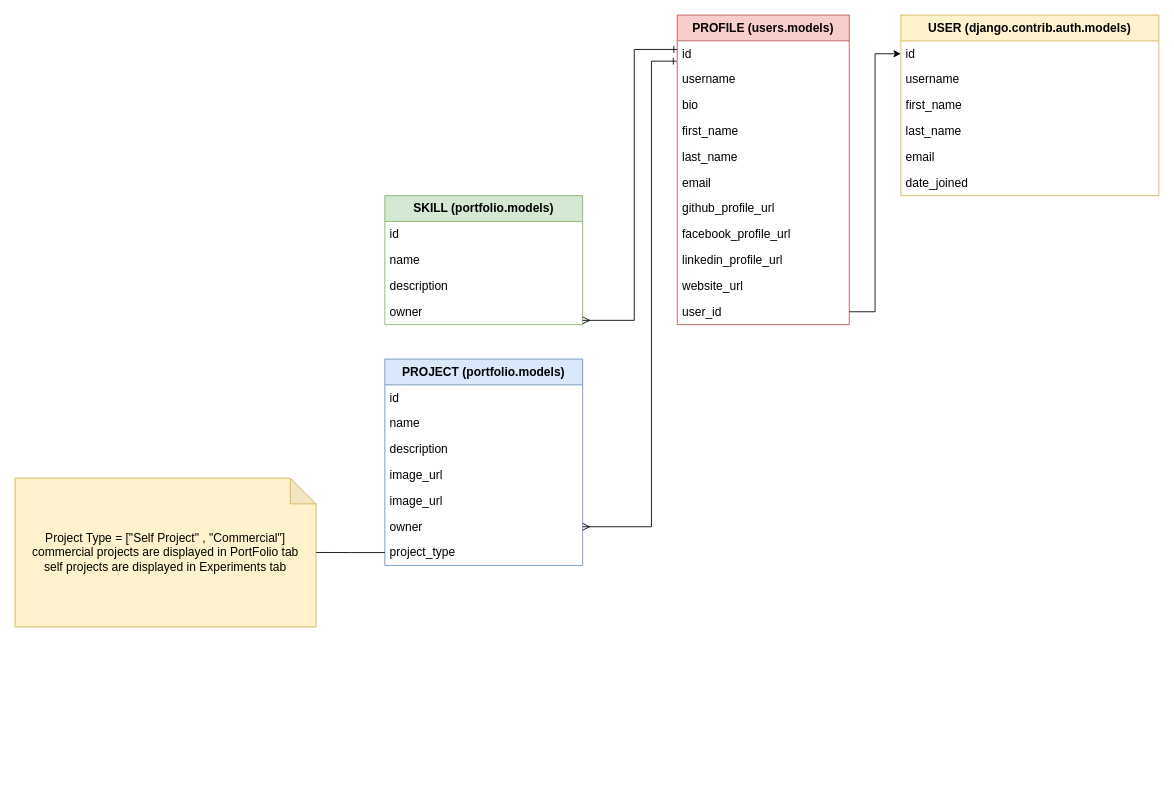
This is erd.drawio from leanhduy/personal-website, a draw.io file, before an edit. Source tidied: cells renumbered, new cells numbered last; positions are measured from the earlier drawing's top-left corner, leaving out a move shared by most shapes. Both pictures are drawn from the tidied source at 86%, with x=0, y=0 at pixel (15, 15).
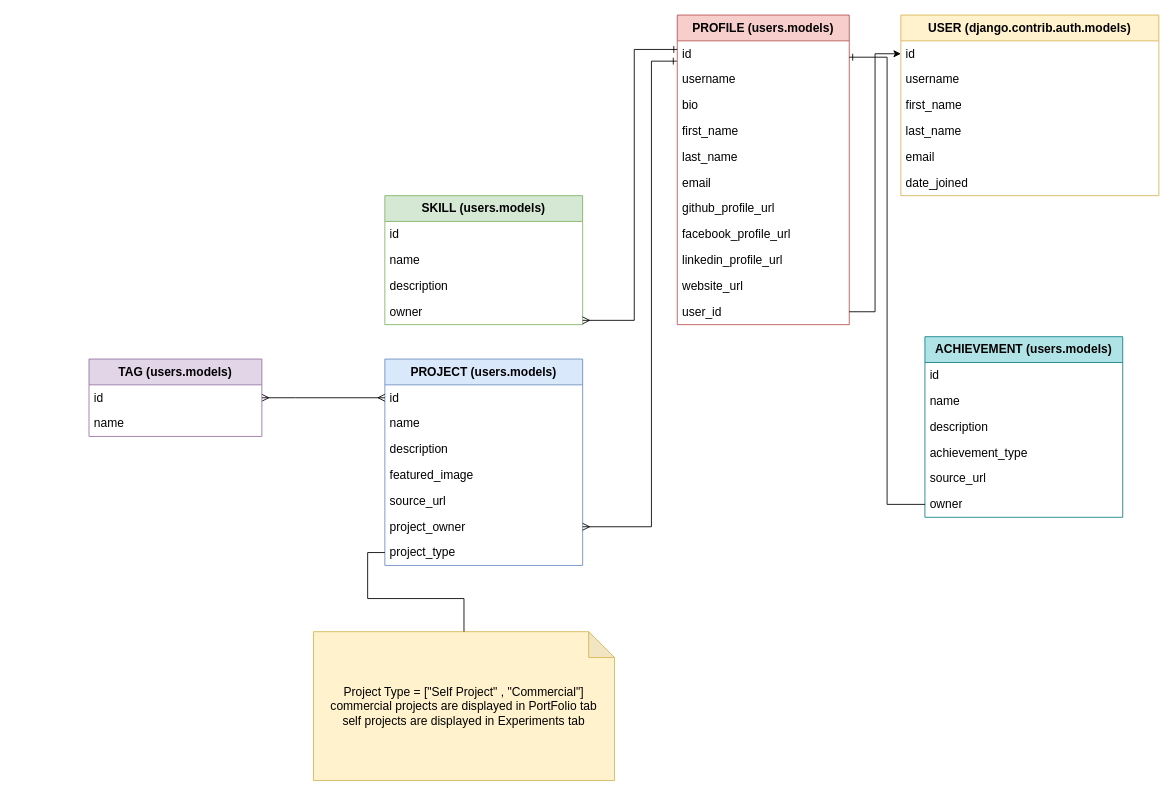
Above is the later version.

The change refers to these unchanged cells:
```xml
<mxCell id="23" value="id" style="text;strokeColor=none;fillColor=none;align=left;verticalAlign=middle;spacingLeft=4;spacingRight=4;overflow=hidden;points=[[0,0.5],[1,0.5]];portConstraint=eastwest;whiteSpace=wrap;html=1;fontSize=14;" parent="22" vertex="1">
  <mxGeometry y="30" width="230" height="30" as="geometry" />
</mxCell>
```

The edit, as a diff of the source:
```diff
@@
-    <mxCell id="22" value="PROJECT (portfolio.models)" style="swimlane;fontStyle=1;horizontal=1;startSize=30;whiteSpace=wrap;html=1;fillColor=#dae8fc;strokeColor=#6c8ebf;fontSize=14;" parent="1" vertex="1">
+    <mxCell id="22" value="PROJECT (users.models)" style="swimlane;fontStyle=1;horizontal=1;startSize=30;whiteSpace=wrap;html=1;fillColor=#dae8fc;strokeColor=#6c8ebf;fontSize=14;" parent="1" vertex="1">
       <mxGeometry x="430" y="400" width="230" height="240" as="geometry" />
     </mxCell>
@@
-    <mxCell id="26" value="image_url" style="text;strokeColor=none;fillColor=none;align=left;verticalAlign=middle;spacingLeft=4;spacingRight=4;overflow=hidden;whiteSpace=wrap;html=1;fontSize=14;" parent="22" vertex="1">
+    <mxCell id="26" value="featured_image" style="text;strokeColor=none;fillColor=none;align=left;verticalAlign=middle;spacingLeft=4;spacingRight=4;overflow=hidden;whiteSpace=wrap;html=1;fontSize=14;" parent="22" vertex="1">
       <mxGeometry y="120" width="230" height="30" as="geometry" />
     </mxCell>
-    <mxCell id="27" value="image_url" style="text;strokeColor=none;fillColor=none;align=left;verticalAlign=middle;spacingLeft=4;spacingRight=4;overflow=hidden;whiteSpace=wrap;html=1;fontSize=14;" parent="22" vertex="1">
+    <mxCell id="27" value="source_url" style="text;strokeColor=none;fillColor=none;align=left;verticalAlign=middle;spacingLeft=4;spacingRight=4;overflow=hidden;whiteSpace=wrap;html=1;fontSize=14;" parent="22" vertex="1">
       <mxGeometry y="150" width="230" height="30" as="geometry" />
     </mxCell>
-    <mxCell id="28" value="owner&lt;br style=&quot;font-size: 14px;&quot;&gt;" style="text;strokeColor=none;fillColor=none;align=left;verticalAlign=middle;spacingLeft=4;spacingRight=4;overflow=hidden;points=[[0,0.5],[1,0.5]];portConstraint=eastwest;whiteSpace=wrap;html=1;fontSize=14;" parent="22" vertex="1">
+    <mxCell id="28" value="project_owner" style="text;strokeColor=none;fillColor=none;align=left;verticalAlign=middle;spacingLeft=4;spacingRight=4;overflow=hidden;points=[[0,0.5],[1,0.5]];portConstraint=eastwest;whiteSpace=wrap;html=1;fontSize=14;" parent="22" vertex="1">
       <mxGeometry y="180" width="230" height="30" as="geometry" />
     </mxCell>
@@
-    <mxCell id="31" value="SKILL (portfolio.models)" style="swimlane;fontStyle=1;horizontal=1;startSize=30;whiteSpace=wrap;html=1;fillColor=#d5e8d4;strokeColor=#82b366;fontSize=14;" parent="1" vertex="1">
+    <mxCell id="31" value="SKILL (users.models)" style="swimlane;fontStyle=1;horizontal=1;startSize=30;whiteSpace=wrap;html=1;fillColor=#d5e8d4;strokeColor=#82b366;fontSize=14;" parent="1" vertex="1">
       <mxGeometry x="430" y="210" width="230" height="150" as="geometry" />
     </mxCell>
@@
     <mxCell id="37" value="Project Type = [&quot;Self Project&quot; , &quot;Commercial&quot;]&lt;br style=&quot;font-size: 14px;&quot;&gt;commercial projects are displayed in PortFolio tab&lt;br style=&quot;font-size: 14px;&quot;&gt;self projects are displayed in Experiments tab" style="shape=note;whiteSpace=wrap;html=1;backgroundOutline=1;darkOpacity=0.05;fillColor=#fff2cc;strokeColor=#d6b656;fontSize=14;" parent="1" vertex="1">
-      <mxGeometry y="538.4" width="350" height="173.1" as="geometry" />
+      <mxGeometry x="347" y="717" width="350" height="173.1" as="geometry" />
     </mxCell>
@@
+    <mxCell id="39" style="edgeStyle=orthogonalEdgeStyle;rounded=0;jettySize=auto;html=1;entryX=0;entryY=0.5;entryDx=0;entryDy=0;endArrow=ERmany;endFill=0;startArrow=ERmany;startFill=0;" parent="1" edge="1" source="40" target="23">
+      <mxGeometry relative="1" as="geometry">
+        <Array as="points">
+          <mxPoint x="326" y="445" />
+          <mxPoint x="326" y="445" />
+        </Array>
+      </mxGeometry>
+    </mxCell>
+    <mxCell id="40" value="TAG (users.models)" style="swimlane;fontStyle=1;horizontal=1;startSize=30;whiteSpace=wrap;html=1;fillColor=#e1d5e7;strokeColor=#9673a6;fontSize=14;" parent="1" vertex="1">
+      <mxGeometry x="86" y="400" width="201" height="90" as="geometry" />
+    </mxCell>
+    <mxCell id="41" value="id" style="text;strokeColor=none;fillColor=none;align=left;verticalAlign=middle;spacingLeft=4;spacingRight=4;overflow=hidden;whiteSpace=wrap;html=1;fontSize=14;" parent="40" vertex="1">
+      <mxGeometry y="30" width="201" height="30" as="geometry" />
+    </mxCell>
+    <mxCell id="42" value="name" style="text;strokeColor=none;fillColor=none;align=left;verticalAlign=middle;spacingLeft=4;spacingRight=4;overflow=hidden;whiteSpace=wrap;html=1;fontSize=14;" parent="40" vertex="1">
+      <mxGeometry y="60" width="201" height="30" as="geometry" />
+    </mxCell>
+    <mxCell id="43" value="ACHIEVEMENT (users.models)" style="swimlane;fontStyle=1;horizontal=1;startSize=30;whiteSpace=wrap;html=1;fillColor=#b0e3e6;strokeColor=#0e8088;fontSize=14;" parent="1" vertex="1">
+      <mxGeometry x="1058" y="374" width="230" height="210" as="geometry" />
+    </mxCell>
+    <mxCell id="44" value="id" style="text;strokeColor=none;fillColor=none;align=left;verticalAlign=middle;spacingLeft=4;spacingRight=4;overflow=hidden;whiteSpace=wrap;html=1;fontSize=14;" parent="43" vertex="1">
+      <mxGeometry y="30" width="230" height="30" as="geometry" />
+    </mxCell>
+    <mxCell id="45" value="name" style="text;strokeColor=none;fillColor=none;align=left;verticalAlign=middle;spacingLeft=4;spacingRight=4;overflow=hidden;whiteSpace=wrap;html=1;fontSize=14;" parent="43" vertex="1">
+      <mxGeometry y="60" width="230" height="30" as="geometry" />
+    </mxCell>
+    <mxCell id="46" value="description" style="text;strokeColor=none;fillColor=none;align=left;verticalAlign=middle;spacingLeft=4;spacingRight=4;overflow=hidden;whiteSpace=wrap;html=1;fontSize=14;" parent="43" vertex="1">
+      <mxGeometry y="90" width="230" height="30" as="geometry" />
+    </mxCell>
+    <mxCell id="47" value="achievement_type" style="text;strokeColor=none;fillColor=none;align=left;verticalAlign=middle;spacingLeft=4;spacingRight=4;overflow=hidden;whiteSpace=wrap;html=1;fontSize=14;" parent="43" vertex="1">
+      <mxGeometry y="120" width="230" height="30" as="geometry" />
+    </mxCell>
+    <mxCell id="48" value="source_url" style="text;strokeColor=none;fillColor=none;align=left;verticalAlign=middle;spacingLeft=4;spacingRight=4;overflow=hidden;whiteSpace=wrap;html=1;fontSize=14;" parent="43" vertex="1">
+      <mxGeometry y="150" width="230" height="30" as="geometry" />
+    </mxCell>
+    <mxCell id="49" value="owner" style="text;strokeColor=none;fillColor=none;align=left;verticalAlign=middle;spacingLeft=4;spacingRight=4;overflow=hidden;points=[[0,0.5],[1,0.5]];portConstraint=eastwest;whiteSpace=wrap;html=1;fontSize=14;" parent="43" vertex="1">
+      <mxGeometry y="180" width="230" height="30" as="geometry" />
+    </mxCell>
+    <mxCell id="50" style="edgeStyle=orthogonalEdgeStyle;rounded=0;jettySize=auto;html=1;endArrow=ERone;endFill=0;" parent="1" edge="1" source="49">
+      <mxGeometry relative="1" as="geometry">
+        <mxPoint x="970" y="49" as="targetPoint" />
+        <Array as="points">
+          <mxPoint x="1014" y="569" />
+          <mxPoint x="1014" y="49" />
+          <mxPoint x="970" y="49" />
+        </Array>
+      </mxGeometry>
+    </mxCell>
```
